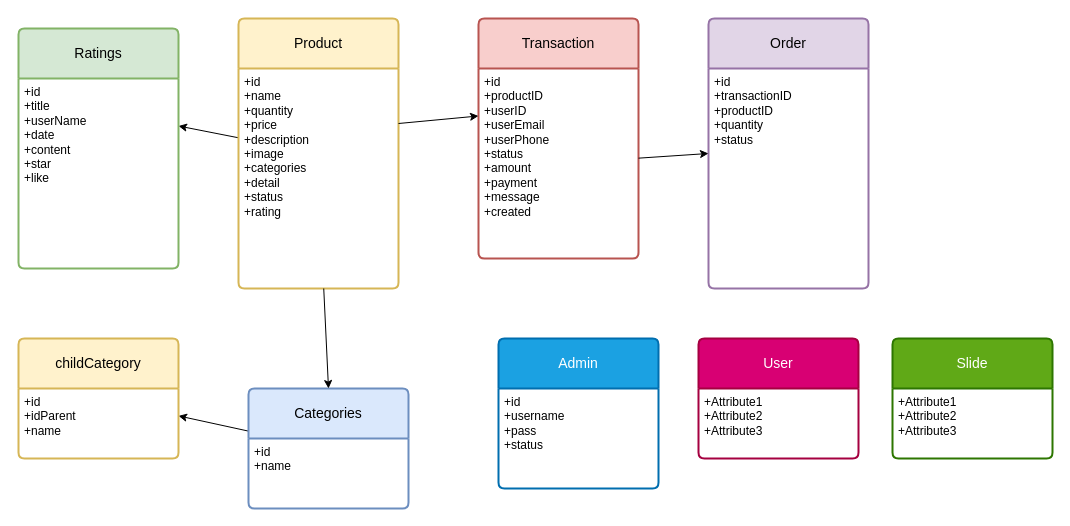
Before: csdl.drawio in dunkvippro/DunkShop, a draw.io diagram. Source tidied: cells renumbered, new cells numbered last; positions are measured from the earlier drawing's top-left corner, leaving out a move shared by most shapes. Both pictures are drawn from the tidied source at 100%, with x=0, y=0 at pixel (18, 18).
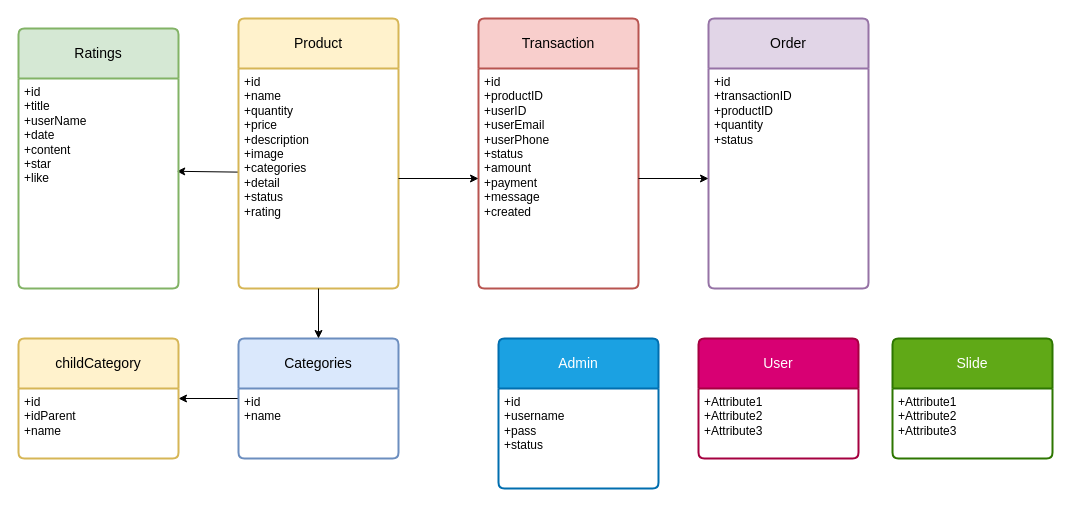
The same diagram, later.

Unchanged cells that the change refers to:
```xml
<mxCell id="3" value="Product" style="swimlane;horizontal=1;startSize=50;rounded=1;fontSize=14;fontStyle=0;strokeWidth=2;shadow=0;dashed=0;align=center;arcSize=4;whiteSpace=wrap;html=1;fillColor=#fff2cc;strokeColor=#d6b656;" parent="1" vertex="1">
  <mxGeometry x="220" width="160" height="270" as="geometry" />
</mxCell>
<mxCell id="4" value="+id&lt;br&gt;+name&lt;br&gt;+quantity&lt;br&gt;+price&lt;br&gt;+description&lt;br&gt;+image&lt;br&gt;+categories&lt;br&gt;+detail&lt;br&gt;+status&lt;br&gt;+rating" style="align=left;strokeColor=none;fillColor=none;spacingLeft=4;fontSize=12;verticalAlign=top;html=1;" parent="3" vertex="1">
  <mxGeometry y="50" width="160" height="220" as="geometry" />
</mxCell>
<mxCell id="5" value="Order" style="swimlane;horizontal=1;startSize=50;rounded=1;fontSize=14;fontStyle=0;strokeWidth=2;shadow=0;dashed=0;align=center;arcSize=4;whiteSpace=wrap;html=1;fillColor=#e1d5e7;strokeColor=#9673a6;" parent="1" vertex="1">
  <mxGeometry x="690" width="160" height="270" as="geometry" />
</mxCell>
<mxCell id="6" value="+id&lt;br&gt;+transactionID&lt;br&gt;+productID&lt;br&gt;+quantity&lt;br&gt;+status&lt;br&gt;" style="align=left;strokeColor=none;fillColor=none;spacingLeft=4;fontSize=12;verticalAlign=top;html=1;" parent="5" vertex="1">
  <mxGeometry y="50" width="160" height="220" as="geometry" />
</mxCell>
```

The edit, as a diff of the source:
```diff
@@
-    <mxCell id="2" style="rounded=0;jettySize=auto;html=1;entryX=1;entryY=0.25;entryDx=0;entryDy=0;" parent="1" edge="1" source="3" target="14">
+    <mxCell id="2" style="rounded=0;jettySize=auto;html=1;entryX=0.989;entryY=0.442;entryDx=0;entryDy=0;entryPerimeter=0;exitX=-0.001;exitY=0.471;exitDx=0;exitDy=0;exitPerimeter=0;" parent="1" edge="1" source="4" target="14">
       <mxGeometry relative="1" as="geometry" />
     </mxCell>
@@
     <mxCell id="7" value="Transaction" style="swimlane;horizontal=1;startSize=50;rounded=1;fontSize=14;fontStyle=0;strokeWidth=2;shadow=0;dashed=0;align=center;arcSize=4;whiteSpace=wrap;html=1;fillColor=#f8cecc;strokeColor=#b85450;" parent="1" vertex="1">
-      <mxGeometry x="460" width="160" height="240" as="geometry" />
+      <mxGeometry x="460" width="160" height="270" as="geometry" />
     </mxCell>
     <mxCell id="8" value="+id&lt;br&gt;+productID&lt;br&gt;+userID&lt;br&gt;+userEmail&lt;br&gt;+userPhone&lt;br&gt;+status&lt;br&gt;+amount&lt;br&gt;+payment&lt;br&gt;+message&lt;br&gt;+created" style="align=left;strokeColor=none;fillColor=none;spacingLeft=4;fontSize=12;verticalAlign=top;html=1;" parent="7" vertex="1">
-      <mxGeometry y="50" width="160" height="190" as="geometry" />
+      <mxGeometry y="50" width="160" height="220" as="geometry" />
     </mxCell>
@@
     <mxCell id="13" value="Ratings" style="swimlane;horizontal=1;startSize=50;rounded=1;fontSize=14;fontStyle=0;strokeWidth=2;shadow=0;dashed=0;align=center;arcSize=4;whiteSpace=wrap;html=1;fillColor=#d5e8d4;strokeColor=#82b366;" parent="1" vertex="1">
-      <mxGeometry y="10" width="160" height="240" as="geometry" />
+      <mxGeometry y="10" width="160" height="260" as="geometry" />
     </mxCell>
     <mxCell id="14" value="+id&lt;br&gt;+title&lt;br&gt;+userName&lt;br&gt;+date&lt;br&gt;+content&lt;br&gt;+star&lt;br&gt;+like&lt;br&gt;" style="align=left;strokeColor=none;fillColor=none;spacingLeft=4;fontSize=12;verticalAlign=top;html=1;" parent="13" vertex="1">
-      <mxGeometry y="50" width="160" height="190" as="geometry" />
+      <mxGeometry y="50" width="160" height="210" as="geometry" />
     </mxCell>
@@
     <mxCell id="16" value="Categories" style="swimlane;horizontal=1;startSize=50;rounded=1;fontSize=14;fontStyle=0;strokeWidth=2;shadow=0;dashed=0;align=center;arcSize=4;whiteSpace=wrap;html=1;fillColor=#dae8fc;strokeColor=#6c8ebf;" parent="1" vertex="1">
-      <mxGeometry x="230" y="370" width="160" height="120" as="geometry" />
+      <mxGeometry x="220" y="320" width="160" height="120" as="geometry" />
     </mxCell>
@@
-    <mxCell id="23" style="rounded=0;jettySize=auto;html=1;entryX=0;entryY=0.25;entryDx=0;entryDy=0;exitX=1;exitY=0.25;exitDx=0;exitDy=0;" parent="1" edge="1" source="4" target="8">
+    <mxCell id="23" style="rounded=0;jettySize=auto;html=1;entryX=0;entryY=0.5;entryDx=0;entryDy=0;exitX=1;exitY=0.5;exitDx=0;exitDy=0;" parent="1" edge="1" source="4" target="8">
       <mxGeometry relative="1" as="geometry" />
     </mxCell>
-    <mxCell id="24" style="rounded=0;jettySize=auto;html=1;entryX=0;entryY=0.5;entryDx=0;entryDy=0;" parent="1" edge="1" source="8" target="5">
+    <mxCell id="24" style="rounded=0;jettySize=auto;html=1;entryX=0;entryY=0.5;entryDx=0;entryDy=0;exitX=1;exitY=0.5;exitDx=0;exitDy=0;" parent="1" edge="1" source="8" target="6">
       <mxGeometry relative="1" as="geometry" />
     </mxCell>
```
